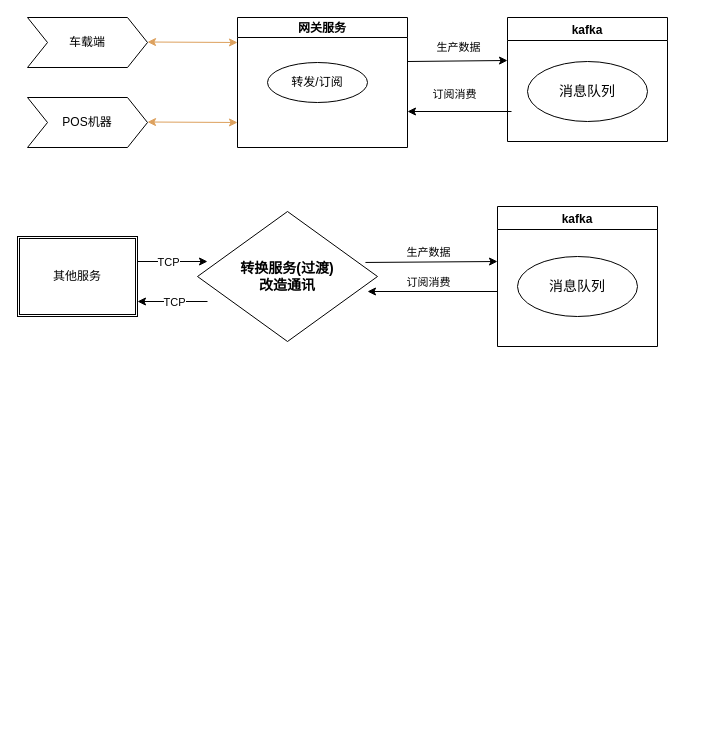
Earlier version of the draw.io diagram 分段结构.drawio (yupeng2015/draw). Source tidied: cells renumbered, new cells numbered last; positions are measured from the earlier drawing's top-left corner, leaving out a move shared by most shapes. Both pictures are drawn from the tidied source at 100%, with x=0, y=0 at pixel (17, 17).
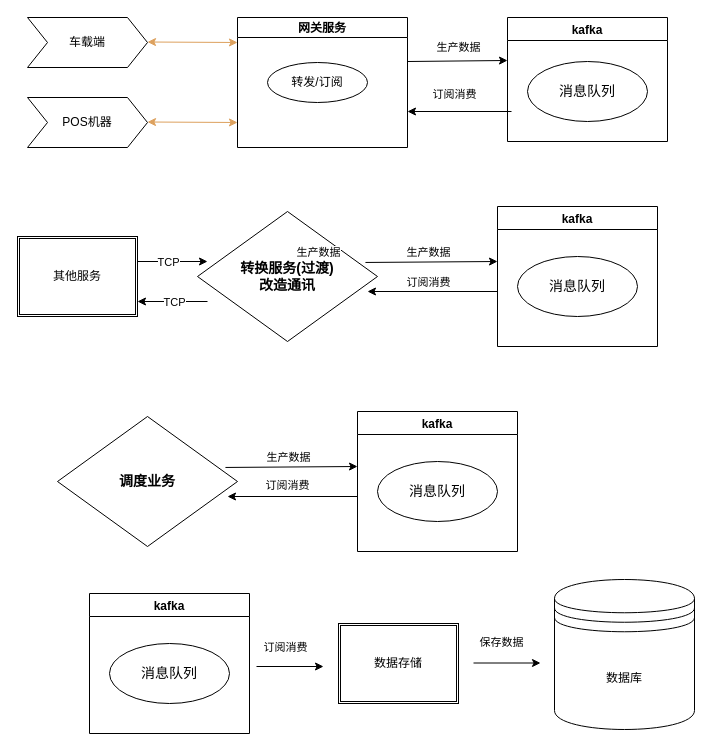
The same page after the edit.

Diff of the diagram source:
```diff
@@
+    <mxCell id="26" value="kafka" style="swimlane;" parent="1" vertex="1">
+      <mxGeometry x="340" y="394" width="160" height="140" as="geometry" />
+    </mxCell>
+    <mxCell id="27" value="消息队列" style="ellipse;whiteSpace=wrap;html=1;rounded=0;sketch=0;fontSize=14;" parent="26" vertex="1">
+      <mxGeometry x="20" y="50" width="120" height="60" as="geometry" />
+    </mxCell>
+    <mxCell id="28" value="&lt;font style=&quot;font-size: 14px&quot;&gt;调度业务&lt;br&gt;&lt;/font&gt;" style="rhombus;whiteSpace=wrap;html=1;fontStyle=1;startSize=23;" parent="1" vertex="1">
+      <mxGeometry x="40" y="399" width="180" height="130" as="geometry" />
+    </mxCell>
+    <mxCell id="29" style="endArrow=classic;html=1;rounded=1;sketch=0;curved=0;exitX=0.933;exitY=0.392;exitDx=0;exitDy=0;exitPerimeter=0;" parent="1" edge="1" source="28">
+      <mxGeometry relative="1" as="geometry">
+        <mxPoint x="340" y="449" as="targetPoint" />
+      </mxGeometry>
+    </mxCell>
+    <mxCell id="30" value="生产数据" style="edgeLabel;html=1;align=center;verticalAlign=middle;" parent="29" vertex="1">
+      <mxGeometry x="-0.31" relative="1" as="geometry">
+        <mxPoint x="47" y="-215" as="offset" />
+      </mxGeometry>
+    </mxCell>
+    <mxCell id="31" style="endArrow=classic;html=1;rounded=1;sketch=0;curved=0;" parent="1" edge="1">
+      <mxGeometry relative="1" as="geometry">
+        <mxPoint x="340" y="479" as="sourcePoint" />
+        <mxPoint x="210" y="479" as="targetPoint" />
+      </mxGeometry>
+    </mxCell>
+    <mxCell id="32" value="生产数据" style="edgeLabel;html=1;align=center;verticalAlign=middle;" parent="1" vertex="1">
+      <mxGeometry x="270" y="439" as="geometry" />
+    </mxCell>
+    <mxCell id="33" value="订阅消费" style="edgeLabel;html=1;align=center;verticalAlign=middle;" parent="1" vertex="1">
+      <mxGeometry x="264" y="473" as="geometry">
+        <mxPoint x="5" y="-6" as="offset" />
+      </mxGeometry>
+    </mxCell>
+    <mxCell id="34" value="kafka" style="swimlane;" parent="1" vertex="1">
+      <mxGeometry x="72" y="576" width="160" height="140" as="geometry" />
+    </mxCell>
+    <mxCell id="35" value="消息队列" style="ellipse;whiteSpace=wrap;html=1;rounded=0;sketch=0;fontSize=14;" parent="34" vertex="1">
+      <mxGeometry x="20" y="50" width="120" height="60" as="geometry" />
+    </mxCell>
+    <mxCell id="36" value="订阅消费" style="edgeLabel;html=1;align=center;verticalAlign=middle;" parent="1" vertex="1">
+      <mxGeometry x="261" y="633" as="geometry">
+        <mxPoint x="6" y="-4" as="offset" />
+      </mxGeometry>
+    </mxCell>
+    <mxCell id="37" value="数据存储" style="shape=ext;double=1;rounded=0;whiteSpace=wrap;html=1;" parent="1" vertex="1">
+      <mxGeometry x="321" y="606" width="120" height="80" as="geometry" />
+    </mxCell>
+    <mxCell id="38" style="endArrow=classic;html=1;rounded=0;" parent="1" edge="1">
+      <mxGeometry relative="1" as="geometry">
+        <mxPoint x="239" y="649" as="sourcePoint" />
+        <mxPoint x="306" y="649" as="targetPoint" />
+      </mxGeometry>
+    </mxCell>
+    <mxCell id="39" value="&lt;font color=&quot;#000000&quot;&gt;数据库&lt;/font&gt;" style="shape=datastore;whiteSpace=wrap;html=1;fillColor=none;strokeColor=#000000;fontColor=#FEFAE0;" parent="1" vertex="1">
+      <mxGeometry x="537" y="562" width="140" height="150" as="geometry" />
+    </mxCell>
+    <mxCell id="40" style="endArrow=classic;html=1;rounded=0;" parent="1" edge="1">
+      <mxGeometry relative="1" as="geometry">
+        <mxPoint x="456" y="645.5" as="sourcePoint" />
+        <mxPoint x="523" y="645.5" as="targetPoint" />
+      </mxGeometry>
+    </mxCell>
+    <mxCell id="41" value="&amp;nbsp; 保存数据" style="edgeLabel;html=1;align=center;verticalAlign=middle;" parent="1" vertex="1">
+      <mxGeometry x="474" y="629" as="geometry">
+        <mxPoint x="6" y="-5" as="offset" />
+      </mxGeometry>
+    </mxCell>
```
